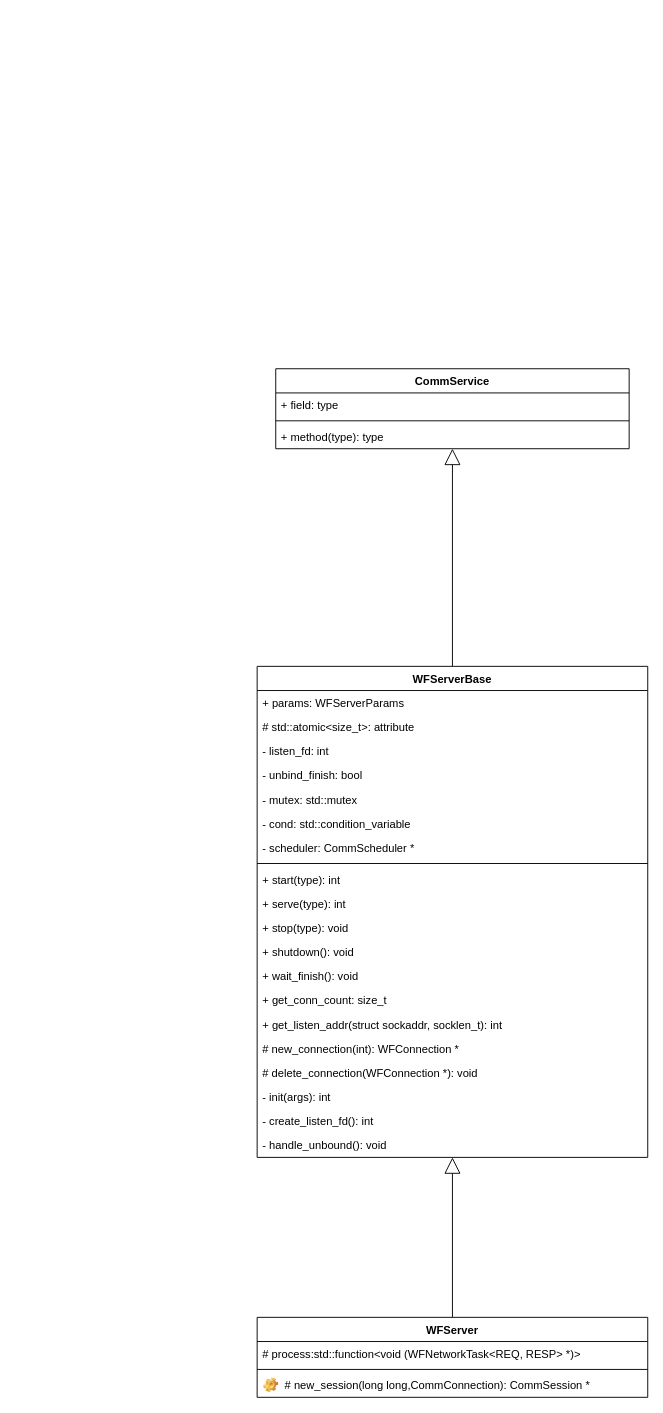
Earlier version of the draw.io diagram WFServer.drawio (shine2077/notebook). Source tidied: cells renumbered, new cells numbered last; positions are measured from the earlier drawing's top-left corner, leaving out a move shared by most shapes. Both pictures are drawn from the tidied source at 93%, with x=0, y=0 at pixel (257, 368).
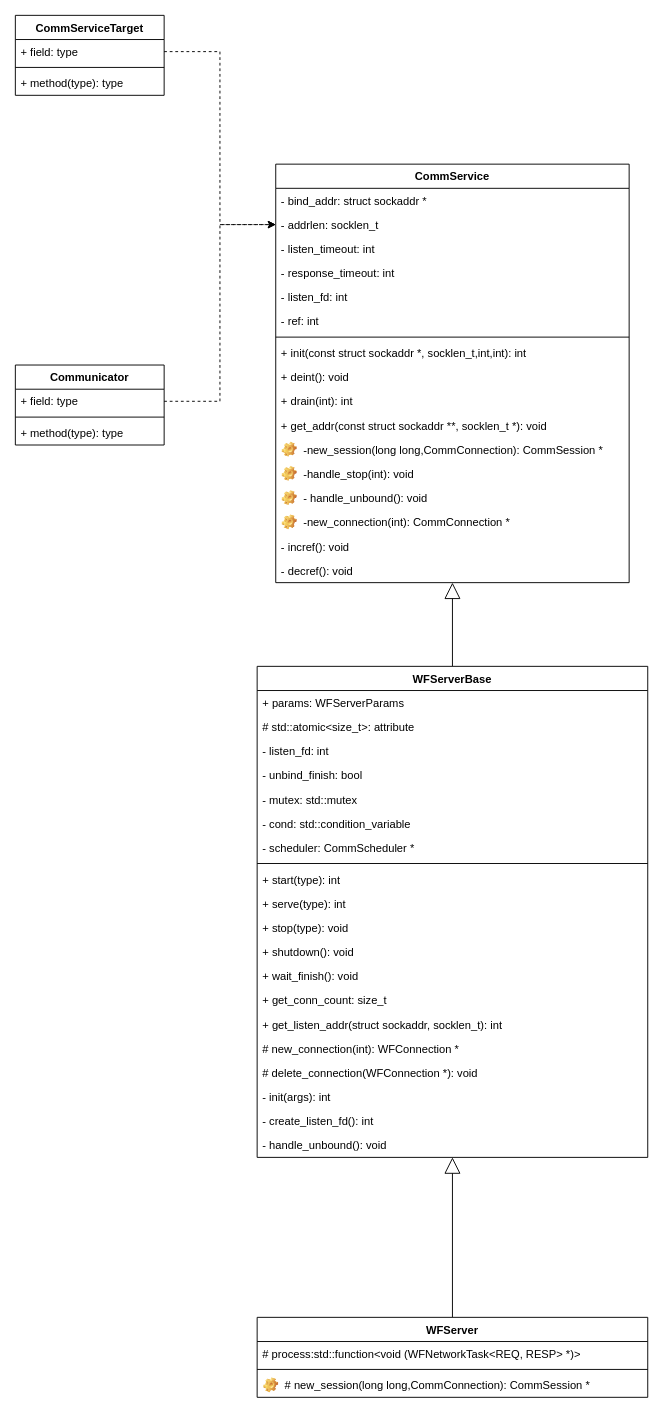
After the change.

What changed in the source:
```diff
@@
     <mxCell id="29" value="CommService" style="swimlane;fontStyle=1;align=center;verticalAlign=top;horizontal=1;startSize=26;" parent="1" vertex="1">
-      <mxGeometry x="20" width="380" height="86" as="geometry" />
+      <mxGeometry x="20" y="-220" width="380" height="450" as="geometry" />
     </mxCell>
-    <mxCell id="30" value="+ field: type" style="text;strokeColor=none;fillColor=none;align=left;verticalAlign=top;spacingLeft=4;spacingRight=4;overflow=hidden;" parent="29" vertex="1">
+    <mxCell id="30" value="- bind_addr: struct sockaddr *" style="text;strokeColor=none;fillColor=none;align=left;verticalAlign=top;spacingLeft=4;spacingRight=4;overflow=hidden;" parent="29" vertex="1">
       <mxGeometry y="26" width="380" height="26" as="geometry" />
     </mxCell>
+    <mxCell id="33" value="- addrlen: socklen_t" style="text;strokeColor=none;fillColor=none;align=left;verticalAlign=top;spacingLeft=4;spacingRight=4;overflow=hidden;points=[[0,0.5],[1,0.5]];portConstraint=eastwest;" parent="29" vertex="1">
+      <mxGeometry y="52" width="380" height="26" as="geometry" />
+    </mxCell>
+    <mxCell id="34" value="- listen_timeout: int" style="text;strokeColor=none;fillColor=none;align=left;verticalAlign=top;spacingLeft=4;spacingRight=4;overflow=hidden;" parent="29" vertex="1">
+      <mxGeometry y="78" width="380" height="26" as="geometry" />
+    </mxCell>
+    <mxCell id="35" value="- response_timeout: int" style="text;strokeColor=none;fillColor=none;align=left;verticalAlign=top;spacingLeft=4;spacingRight=4;overflow=hidden;" parent="29" vertex="1">
+      <mxGeometry y="104" width="380" height="26" as="geometry" />
+    </mxCell>
+    <mxCell id="36" value="- listen_fd: int" style="text;strokeColor=none;fillColor=none;align=left;verticalAlign=top;spacingLeft=4;spacingRight=4;overflow=hidden;" parent="29" vertex="1">
+      <mxGeometry y="130" width="380" height="26" as="geometry" />
+    </mxCell>
+    <mxCell id="37" value="- ref: int" style="text;strokeColor=none;fillColor=none;align=left;verticalAlign=top;spacingLeft=4;spacingRight=4;overflow=hidden;" parent="29" vertex="1">
+      <mxGeometry y="156" width="380" height="26" as="geometry" />
+    </mxCell>
     <mxCell id="31" style="line;strokeWidth=1;fillColor=none;align=left;verticalAlign=middle;spacingTop=-1;spacingLeft=3;spacingRight=3;labelPosition=right;" parent="29" vertex="1">
-      <mxGeometry y="52" width="380" height="8" as="geometry" />
+      <mxGeometry y="182" width="380" height="8" as="geometry" />
     </mxCell>
-    <mxCell id="32" value="+ method(type): type" style="text;strokeColor=none;fillColor=none;align=left;verticalAlign=top;spacingLeft=4;spacingRight=4;overflow=hidden;" parent="29" vertex="1">
-      <mxGeometry y="60" width="380" height="26" as="geometry" />
+    <mxCell id="32" value="+ init(const struct sockaddr *, socklen_t,int,int): int" style="text;strokeColor=none;fillColor=none;align=left;verticalAlign=top;spacingLeft=4;spacingRight=4;overflow=hidden;" parent="29" vertex="1">
+      <mxGeometry y="190" width="380" height="26" as="geometry" />
     </mxCell>
+    <mxCell id="38" value="+ deint(): void" style="text;strokeColor=none;fillColor=none;align=left;verticalAlign=top;spacingLeft=4;spacingRight=4;overflow=hidden;" parent="29" vertex="1">
+      <mxGeometry y="216" width="380" height="26" as="geometry" />
+    </mxCell>
+    <mxCell id="39" value="+ drain(int): int" style="text;strokeColor=none;fillColor=none;align=left;verticalAlign=top;spacingLeft=4;spacingRight=4;overflow=hidden;" parent="29" vertex="1">
+      <mxGeometry y="242" width="380" height="26" as="geometry" />
+    </mxCell>
+    <mxCell id="40" value="+ get_addr(const struct sockaddr **, socklen_t *): void" style="text;strokeColor=none;fillColor=none;align=left;verticalAlign=top;spacingLeft=4;spacingRight=4;overflow=hidden;" parent="29" vertex="1">
+      <mxGeometry y="268" width="380" height="26" as="geometry" />
+    </mxCell>
+    <mxCell id="41" value="-new_session(long long,CommConnection): CommSession *" style="label;fontStyle=0;strokeColor=none;fillColor=none;align=left;verticalAlign=top;overflow=hidden;spacingLeft=28;spacingRight=4;imageWidth=16;imageHeight=16;image=img/clipart/Gear_128x128.png;" parent="29" vertex="1">
+      <mxGeometry y="294" width="380" height="26" as="geometry" />
+    </mxCell>
+    <mxCell id="42" value="-handle_stop(int): void" style="label;fontStyle=0;strokeColor=none;fillColor=none;align=left;verticalAlign=top;overflow=hidden;spacingLeft=28;spacingRight=4;imageWidth=16;imageHeight=16;image=img/clipart/Gear_128x128.png;" parent="29" vertex="1">
+      <mxGeometry y="320" width="380" height="26" as="geometry" />
+    </mxCell>
+    <mxCell id="43" value="- handle_unbound(): void" style="label;fontStyle=0;strokeColor=none;fillColor=none;align=left;verticalAlign=top;overflow=hidden;spacingLeft=28;spacingRight=4;imageWidth=16;imageHeight=16;image=img/clipart/Gear_128x128.png;" parent="29" vertex="1">
+      <mxGeometry y="346" width="380" height="26" as="geometry" />
+    </mxCell>
+    <mxCell id="44" value="-new_connection(int): CommConnection *" style="label;fontStyle=0;strokeColor=none;fillColor=none;align=left;verticalAlign=top;overflow=hidden;spacingLeft=28;spacingRight=4;imageWidth=16;imageHeight=16;image=img/clipart/Gear_128x128.png;" parent="29" vertex="1">
+      <mxGeometry y="372" width="380" height="26" as="geometry" />
+    </mxCell>
+    <mxCell id="45" value="- incref(): void" style="text;strokeColor=none;fillColor=none;align=left;verticalAlign=top;spacingLeft=4;spacingRight=4;overflow=hidden;" parent="29" vertex="1">
+      <mxGeometry y="398" width="380" height="26" as="geometry" />
+    </mxCell>
+    <mxCell id="46" value="- decref(): void" style="text;strokeColor=none;fillColor=none;align=left;verticalAlign=top;spacingLeft=4;spacingRight=4;overflow=hidden;" parent="29" vertex="1">
+      <mxGeometry y="424" width="380" height="26" as="geometry" />
+    </mxCell>
+    <mxCell id="47" value="CommServiceTarget" style="swimlane;fontStyle=1;align=center;verticalAlign=top;horizontal=1;startSize=26;" parent="1" vertex="1">
+      <mxGeometry x="-260" y="-380" width="160" height="86" as="geometry" />
+    </mxCell>
+    <mxCell id="48" value="+ field: type" style="text;strokeColor=none;fillColor=none;align=left;verticalAlign=top;spacingLeft=4;spacingRight=4;overflow=hidden;points=[[0,0.5],[1,0.5]];portConstraint=eastwest;" parent="47" vertex="1">
+      <mxGeometry y="26" width="160" height="26" as="geometry" />
+    </mxCell>
+    <mxCell id="49" style="line;strokeWidth=1;fillColor=none;align=left;verticalAlign=middle;spacingTop=-1;spacingLeft=3;spacingRight=3;labelPosition=right;" parent="47" vertex="1">
+      <mxGeometry y="52" width="160" height="8" as="geometry" />
+    </mxCell>
+    <mxCell id="50" value="+ method(type): type" style="text;strokeColor=none;fillColor=none;align=left;verticalAlign=top;spacingLeft=4;spacingRight=4;overflow=hidden;" parent="47" vertex="1">
+      <mxGeometry y="60" width="160" height="26" as="geometry" />
+    </mxCell>
+    <mxCell id="51" value="Communicator" style="swimlane;fontStyle=1;align=center;verticalAlign=top;horizontal=1;startSize=26;" parent="1" vertex="1">
+      <mxGeometry x="-260" y="-4" width="160" height="86" as="geometry" />
+    </mxCell>
+    <mxCell id="52" value="+ field: type" style="text;strokeColor=none;fillColor=none;align=left;verticalAlign=top;spacingLeft=4;spacingRight=4;overflow=hidden;points=[[0,0.5],[1,0.5]];portConstraint=eastwest;" parent="51" vertex="1">
+      <mxGeometry y="26" width="160" height="26" as="geometry" />
+    </mxCell>
+    <mxCell id="53" style="line;strokeWidth=1;fillColor=none;align=left;verticalAlign=middle;spacingTop=-1;spacingLeft=3;spacingRight=3;labelPosition=right;" parent="51" vertex="1">
+      <mxGeometry y="52" width="160" height="8" as="geometry" />
+    </mxCell>
+    <mxCell id="54" value="+ method(type): type" style="text;strokeColor=none;fillColor=none;align=left;verticalAlign=top;spacingLeft=4;spacingRight=4;overflow=hidden;" parent="51" vertex="1">
+      <mxGeometry y="60" width="160" height="26" as="geometry" />
+    </mxCell>
+    <mxCell id="55" style="edgeStyle=orthogonalEdgeStyle;rounded=0;jettySize=auto;html=1;exitX=1;exitY=0.5;exitDx=0;exitDy=0;entryX=0;entryY=0.5;entryDx=0;entryDy=0;dashed=1;" parent="1" edge="1" source="52" target="33">
+      <mxGeometry relative="1" as="geometry" />
+    </mxCell>
+    <mxCell id="56" style="edgeStyle=orthogonalEdgeStyle;rounded=0;jettySize=auto;html=1;exitX=1;exitY=0.5;exitDx=0;exitDy=0;entryX=0;entryY=0.5;entryDx=0;entryDy=0;dashed=1;" parent="1" edge="1" source="48" target="33">
+      <mxGeometry relative="1" as="geometry" />
+    </mxCell>
```
